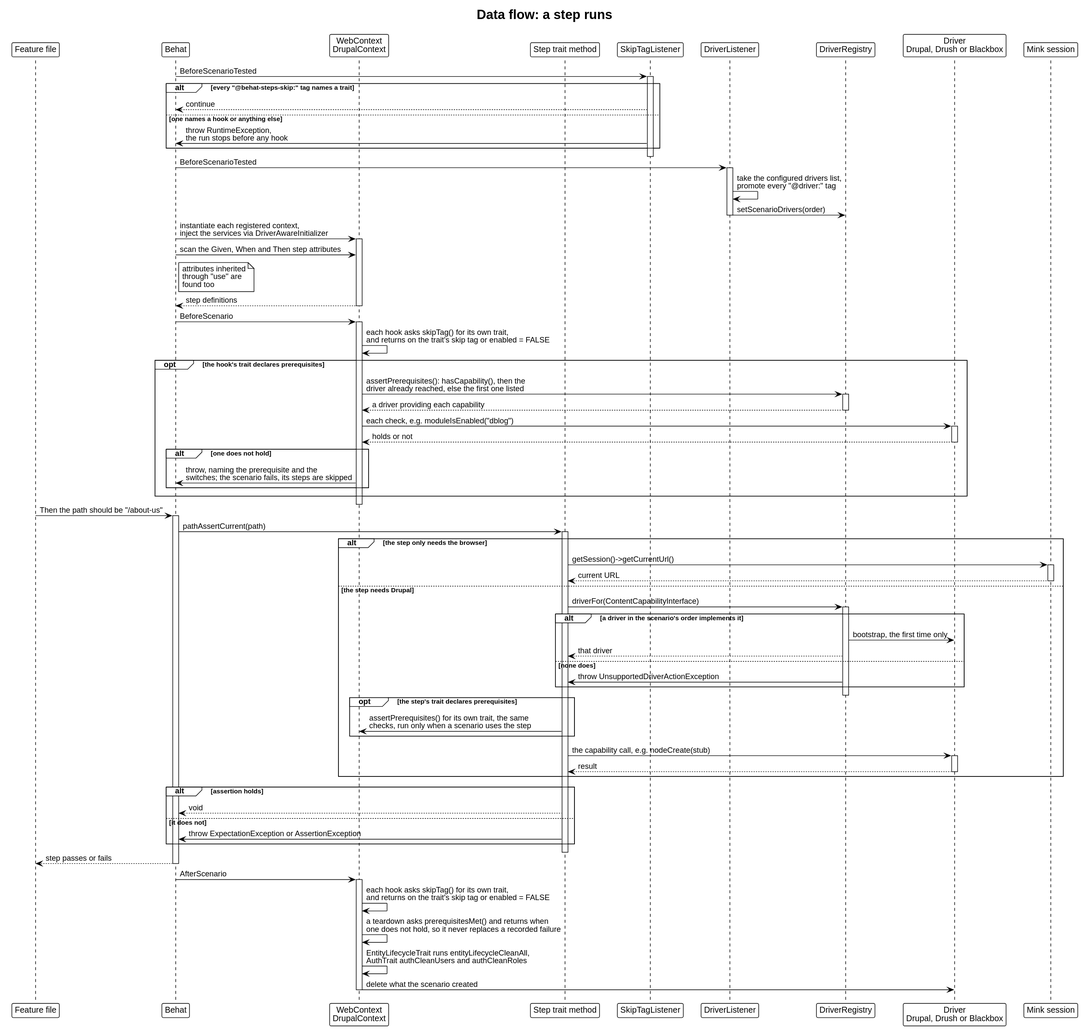
Earlier version of the PlantUML export docs/architecture/dataflow-step.svg (drevops/behat-steps).
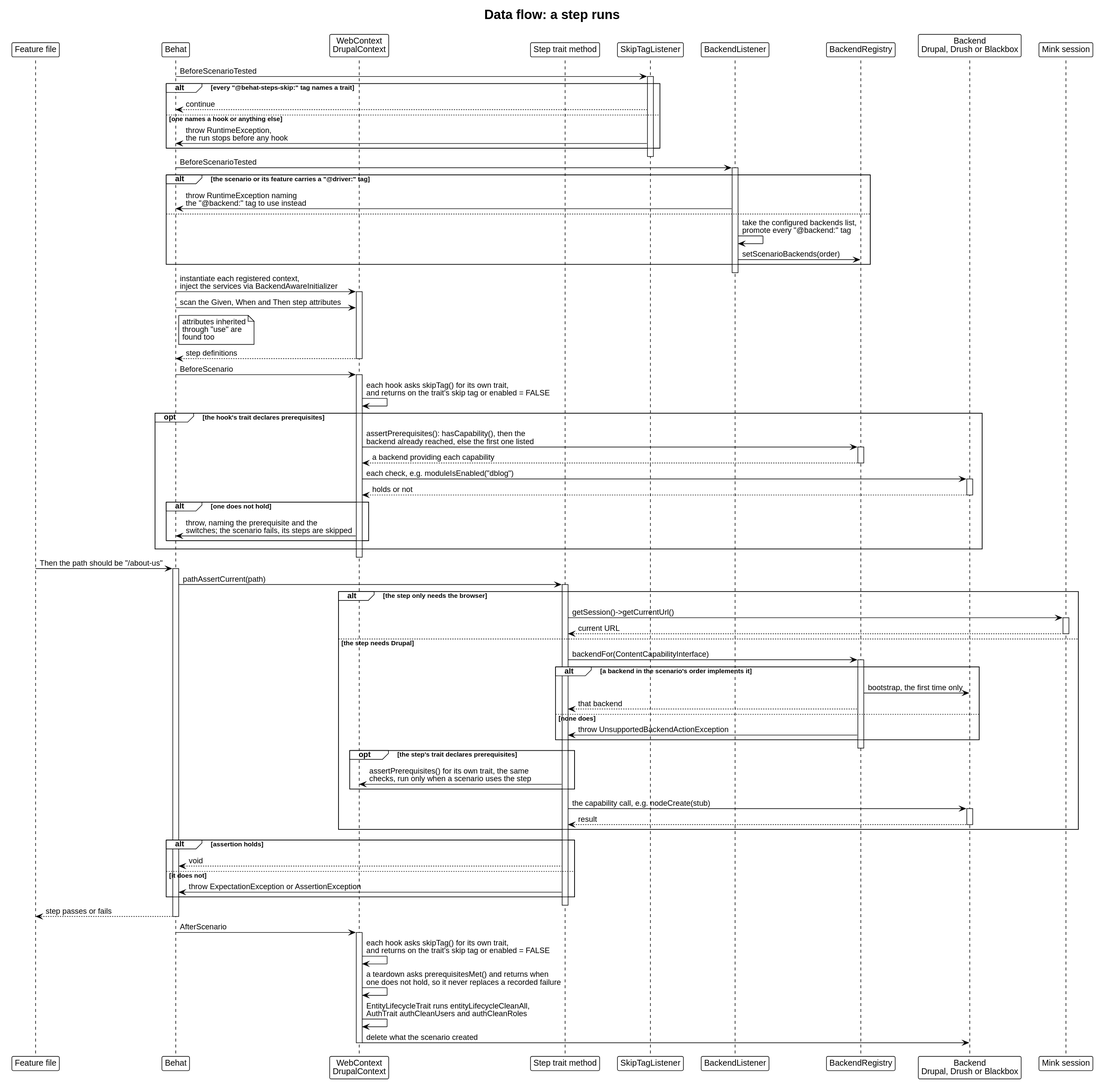
Later version of the same file.

Commit message:
[#893] Re-traced the architecture docs and diagrams for the backend layer.

Diff of the diagram source:
```diff
@@ -10,9 +10,9 @@
 participant "WebContext\nDrupalContext" as Ctx
 participant "Step trait method" as Trait
 participant "SkipTagListener" as SkipListener
-participant "DriverListener" as Listener
-participant "DriverRegistry" as DM
-participant "Driver\nDrupal, Drush or Blackbox" as Driver
+participant "BackendListener" as Listener
+participant "BackendRegistry" as Registry
+participant "Backend\nDrupal, Drush or Blackbox" as Backend
 participant "Mink session" as Mink
 
 Behat -> SkipListener: BeforeScenarioTested
@@ -26,11 +26,15 @@
 
 Behat -> Listener: BeforeScenarioTested
 activate Listener
-Listener -> Listener: take the configured drivers list,\npromote every "@driver:" tag
-Listener -> DM: setScenarioDrivers(order)
+alt the scenario or its feature carries a "@driver:" tag
+  Listener -> Behat: throw RuntimeException naming\nthe "@backend:" tag to use instead
+else
+  Listener -> Listener: take the configured backends list,\npromote every "@backend:" tag
+  Listener -> Registry: setScenarioBackends(order)
+end
 deactivate Listener
 
-Behat -> Ctx: instantiate each registered context,\ninject the services via DriverAwareInitializer
+Behat -> Ctx: instantiate each registered context,\ninject the services via BackendAwareInitializer
 activate Ctx
 Behat -> Ctx: scan the Given, When and Then step attributes
 note right of Behat: attributes inherited\nthrough "use" are\nfound too
@@ -41,14 +45,14 @@
 activate Ctx
 Ctx -> Ctx: each hook asks skipTag() for its own trait,\nand returns on the trait's skip tag or enabled = FALSE
 opt the hook's trait declares prerequisites
-  Ctx -> DM: assertPrerequisites(): hasCapability(), then the\ndriver already reached, else the first one listed
-  activate DM
-  DM --> Ctx: a driver providing each capability
-  deactivate DM
-  Ctx -> Driver: each check, e.g. moduleIsEnabled("dblog")
-  activate Driver
-  Driver --> Ctx: holds or not
-  deactivate Driver
+  Ctx -> Registry: assertPrerequisites(): hasCapability(), then the\nbackend already reached, else the first one listed
+  activate Registry
+  Registry --> Ctx: a backend providing each capability
+  deactivate Registry
+  Ctx -> Backend: each check, e.g. moduleIsEnabled("dblog")
+  activate Backend
+  Backend --> Ctx: holds or not
+  deactivate Backend
   alt one does not hold
     Ctx -> Behat: throw, naming the prerequisite and the\nswitches; the scenario fails, its steps are skipped
   end
@@ -66,22 +70,22 @@
   Mink --> Trait: current URL
   deactivate Mink
 else the step needs Drupal
-  Trait -> DM: driverFor(ContentCapabilityInterface)
-  activate DM
-  alt a driver in the scenario's order implements it
-    DM -> Driver: bootstrap, the first time only
-    DM --> Trait: that driver
+  Trait -> Registry: backendFor(ContentCapabilityInterface)
+  activate Registry
+  alt a backend in the scenario's order implements it
+    Registry -> Backend: bootstrap, the first time only
+    Registry --> Trait: that backend
   else none does
-    DM -> Trait: throw UnsupportedDriverActionException
+    Registry -> Trait: throw UnsupportedBackendActionException
   end
-  deactivate DM
+  deactivate Registry
   opt the step's trait declares prerequisites
     Trait -> Ctx: assertPrerequisites() for its own trait, the same\nchecks, run only when a scenario uses the step
   end
-  Trait -> Driver: the capability call, e.g. nodeCreate(stub)
-  activate Driver
-  Driver --> Trait: result
-  deactivate Driver
+  Trait -> Backend: the capability call, e.g. nodeCreate(stub)
+  activate Backend
+  Backend --> Trait: result
+  deactivate Backend
 end
 
 alt assertion holds
@@ -99,6 +103,6 @@
 Ctx -> Ctx: each hook asks skipTag() for its own trait,\nand returns on the trait's skip tag or enabled = FALSE
 Ctx -> Ctx: a teardown asks prerequisitesMet() and returns when\none does not hold, so it never replaces a recorded failure
 Ctx -> Ctx: EntityLifecycleTrait runs entityLifecycleCleanAll,\nAuthTrait authCleanUsers and authCleanRoles
-Ctx -> Driver: delete what the scenario created
+Ctx -> Backend: delete what the scenario created
 deactivate Ctx
 @enduml
```
